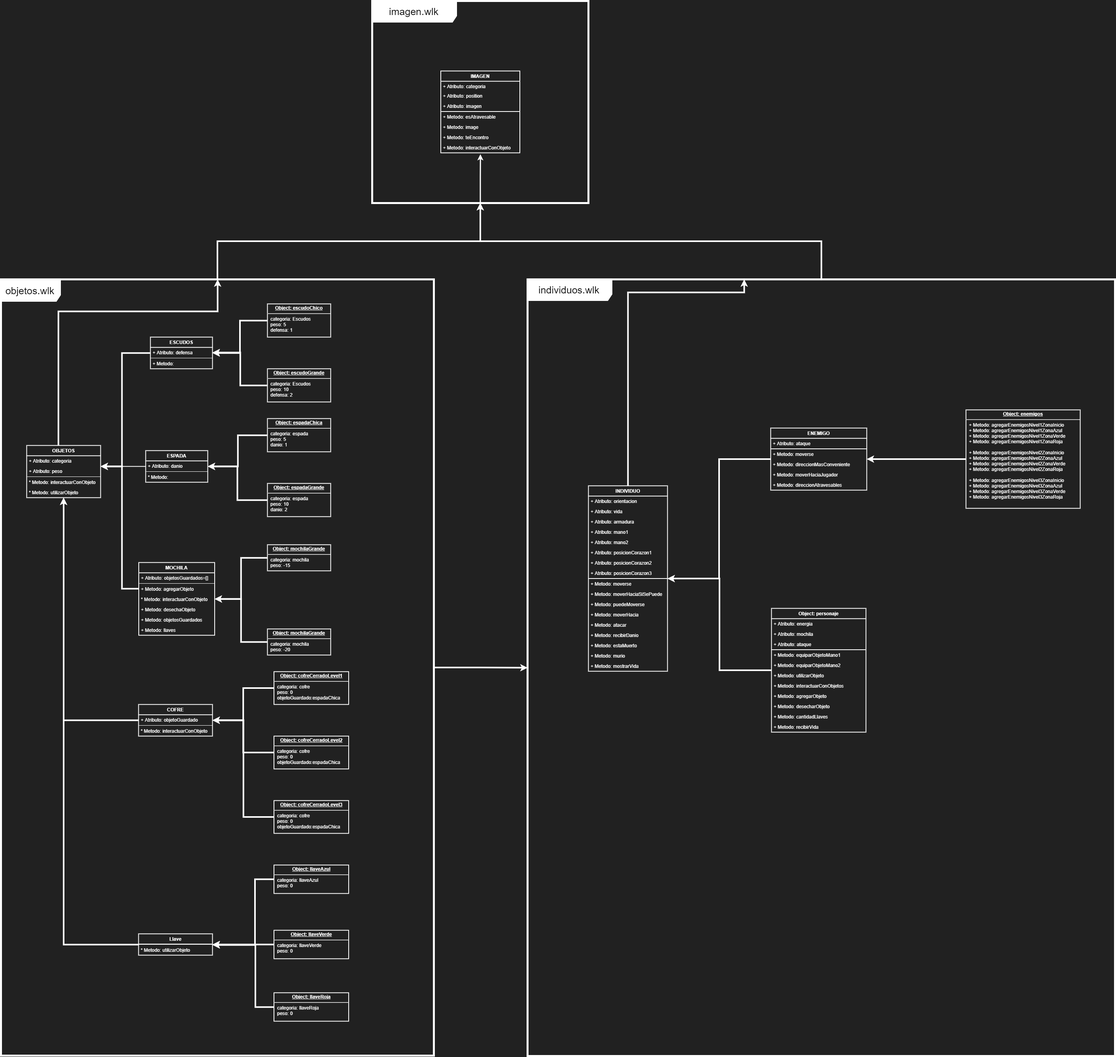
The draw.io diagram picture/presentacion/tp_algo1.drawio.png in algo1unsam/2021s1-tp-grupal-juego-recursa3, before a commit. Source tidied: cells renumbered, new cells last; positions are measured from the earlier drawing's top-left corner, leaving out a move shared by most shapes.
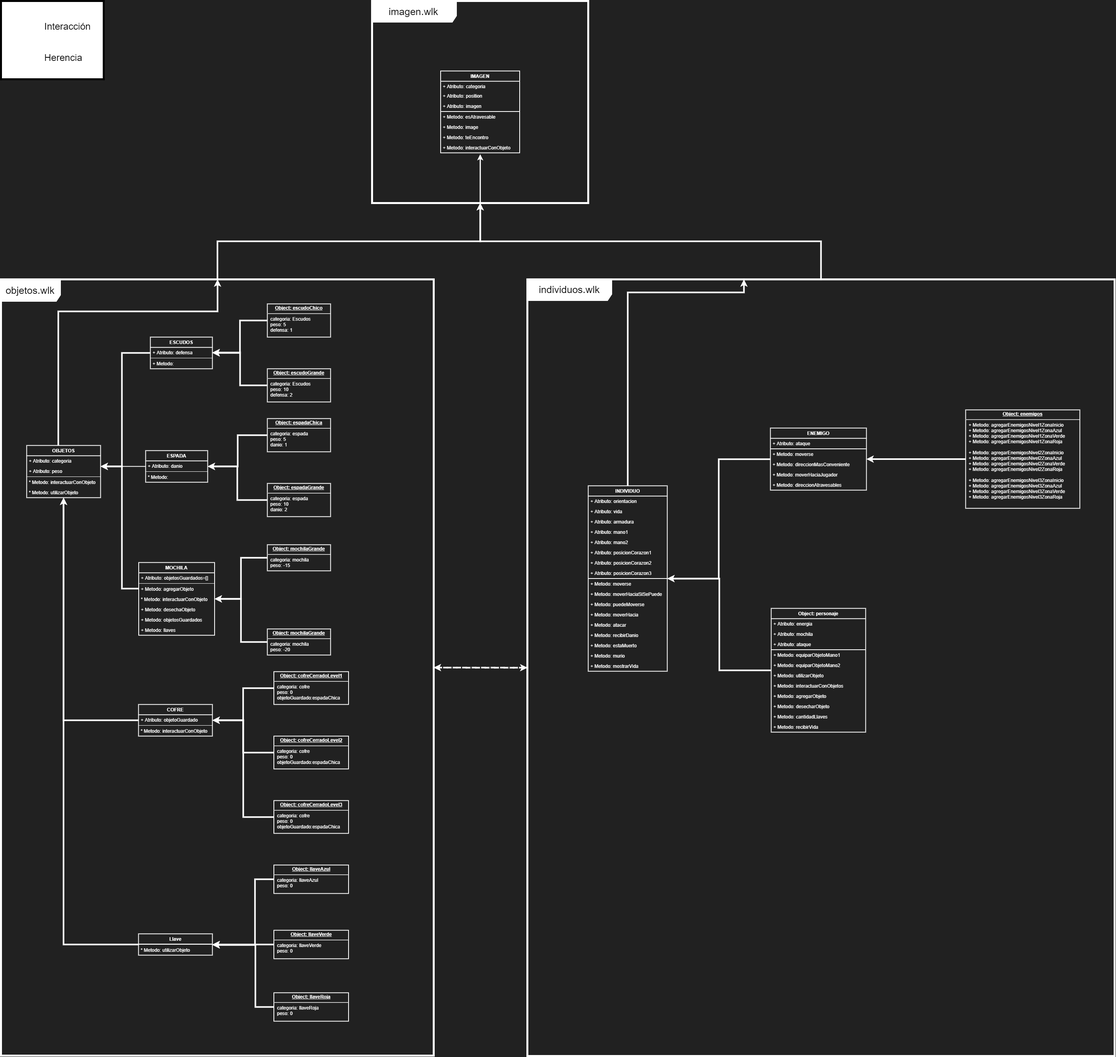
After the commit.

Commit message:
Se modifica grafico

What changed in the source:
```diff
@@ -16,15 +16,18 @@
     <mxCell id="4" style="edgeStyle=orthogonalEdgeStyle;rounded=0;jettySize=auto;html=1;strokeColor=#FFFFFF;strokeWidth=4;" parent="1" edge="1" source="5" target="3">
       <mxGeometry relative="1" as="geometry" />
     </mxCell>
+    <mxCell id="121" style="edgeStyle=orthogonalEdgeStyle;rounded=0;jettySize=auto;html=1;strokeWidth=4;dashed=1;strokeColor=#FFFFFF;" parent="1" edge="1" source="5" target="8">
+      <mxGeometry relative="1" as="geometry" />
+    </mxCell>
     <mxCell id="5" value="&lt;font style=&quot;font-size: 25px&quot;&gt;individuos.wlk&lt;/font&gt;" style="shape=umlFrame;whiteSpace=wrap;html=1;swimlaneFillColor=none;strokeColor=#FFFFFF;strokeWidth=5;width=212;height=52;" parent="1" vertex="1">
       <mxGeometry x="1332" y="704" width="1486" height="1964" as="geometry" />
     </mxCell>
+    <mxCell id="7" style="edgeStyle=orthogonalEdgeStyle;rounded=0;jettySize=auto;html=1;strokeColor=#FFFFFF;strokeWidth=4;" parent="1" edge="1" source="8" target="3">
+      <mxGeometry relative="1" as="geometry" />
+    </mxCell>
-    <mxCell id="6" style="edgeStyle=orthogonalEdgeStyle;rounded=0;jumpSize=7;jettySize=auto;html=1;targetPerimeterSpacing=0;strokeWidth=4;strokeColor=#FFFFFF;" parent="1" edge="1" source="8" target="5">
+    <mxCell id="6" style="edgeStyle=orthogonalEdgeStyle;rounded=0;jettySize=auto;html=1;dashed=1;strokeWidth=4;strokeColor=#FFFFFF;" parent="1" edge="1" source="8" target="5">
       <mxGeometry relative="1" as="geometry" />
     </mxCell>
-    <mxCell id="7" style="edgeStyle=orthogonalEdgeStyle;rounded=0;jettySize=auto;html=1;strokeColor=#FFFFFF;strokeWidth=4;" parent="1" edge="1" source="8" target="3">
-      <mxGeometry relative="1" as="geometry" />
-    </mxCell>
     <mxCell id="8" value="&lt;font style=&quot;font-size: 25px&quot;&gt;objetos.wlk&lt;/font&gt;" style="shape=umlFrame;whiteSpace=wrap;html=1;swimlaneFillColor=none;strokeWidth=5;width=149;height=54;strokeColor=#FFFFFF;" parent="1" vertex="1">
       <mxGeometry y="704" width="1095" height="1963" as="geometry" />
     </mxCell>
@@ -419,5 +422,26 @@
     <mxCell id="120" value="&lt;p style=&quot;margin: 0px ; margin-top: 4px ; text-align: center ; text-decoration: underline&quot;&gt;&lt;b&gt;Object: enemigos&lt;/b&gt;&lt;/p&gt;&lt;hr&gt;&lt;p style=&quot;margin: 0px ; margin-left: 8px&quot;&gt;+ Metodo: agregarEnemigosNivel1ZonaInicio&lt;/p&gt;&lt;p style=&quot;margin: 0px ; margin-left: 8px&quot;&gt;+ Metodo: agregarEnemigosNivel1ZonaAzul&lt;br&gt;&lt;/p&gt;&lt;p style=&quot;margin: 0px ; margin-left: 8px&quot;&gt;+ Metodo: agregarEnemigosNivel1ZonaVerde&lt;br&gt;&lt;/p&gt;&lt;p style=&quot;margin: 0px ; margin-left: 8px&quot;&gt;+ Metodo: agregarEnemigosNivel1ZonaRoja&lt;br&gt;&lt;/p&gt;&lt;p style=&quot;margin: 0px ; margin-left: 8px&quot;&gt;&lt;br&gt;&lt;/p&gt;&lt;p style=&quot;margin: 0px 0px 0px 8px&quot;&gt;+ Metodo: agregarEnemigosNivel2ZonaInicio&lt;/p&gt;&lt;p style=&quot;margin: 0px 0px 0px 8px&quot;&gt;+ Metodo: agregarEnemigosNivel2ZonaAzul&lt;br&gt;&lt;/p&gt;&lt;p style=&quot;margin: 0px 0px 0px 8px&quot;&gt;+ Metodo: agregarEnemigosNivel2ZonaVerde&lt;br&gt;&lt;/p&gt;&lt;p style=&quot;margin: 0px 0px 0px 8px&quot;&gt;+ Metodo: agregarEnemigosNivel2ZonaRoja&lt;/p&gt;&lt;p style=&quot;margin: 0px 0px 0px 8px&quot;&gt;&lt;br&gt;&lt;/p&gt;&lt;p style=&quot;margin: 0px 0px 0px 8px&quot;&gt;+ Metodo: agregarEnemigosNivel3ZonaInicio&lt;/p&gt;&lt;p style=&quot;margin: 0px 0px 0px 8px&quot;&gt;+ Metodo: agregarEnemigosNivel3ZonaAzul&lt;br&gt;&lt;/p&gt;&lt;p style=&quot;margin: 0px 0px 0px 8px&quot;&gt;+ Metodo: agregarEnemigosNivel3ZonaVerde&lt;br&gt;&lt;/p&gt;&lt;p style=&quot;margin: 0px 0px 0px 8px&quot;&gt;+ Metodo: agregarEnemigosNivel3ZonaRoja&lt;/p&gt;" style="verticalAlign=top;align=left;overflow=fill;fontSize=12;fontFamily=Helvetica;html=1;shadow=0;strokeWidth=2;strokeColor=#FFFFFF;fillColor=none;fontColor=#FFFFFF;" parent="1" vertex="1">
       <mxGeometry x="2441" y="1034" width="289" height="249" as="geometry" />
     </mxCell>
+    <mxCell id="122" style="rounded=0;whiteSpace=wrap;html=1;strokeWidth=5;" parent="1" vertex="1">
+      <mxGeometry width="260" height="198" as="geometry" />
+    </mxCell>
+    <mxCell id="123" value="&lt;span style=&quot;font-size: 24px&quot;&gt;Interacción&lt;/span&gt;" style="text;html=1;strokeColor=none;fillColor=none;align=left;verticalAlign=middle;whiteSpace=wrap;rounded=0;" parent="1" vertex="1">
+      <mxGeometry x="108" y="39" width="130" height="50" as="geometry" />
+    </mxCell>
+    <mxCell id="124" style="endArrow=classic;html=1;dashed=1;strokeColor=#FFFFFF;strokeWidth=4;" parent="1" edge="1">
+      <mxGeometry relative="1" as="geometry">
+        <mxPoint x="33" y="89" as="sourcePoint" />
+        <mxPoint x="83" y="39" as="targetPoint" />
+      </mxGeometry>
+    </mxCell>
+    <mxCell id="125" style="endArrow=classic;html=1;strokeColor=#FFFFFF;strokeWidth=4;" parent="1" edge="1">
+      <mxGeometry relative="1" as="geometry">
+        <mxPoint x="33" y="168" as="sourcePoint" />
+        <mxPoint x="83" y="118" as="targetPoint" />
+      </mxGeometry>
+    </mxCell>
+    <mxCell id="126" value="&lt;span style=&quot;font-size: 24px&quot;&gt;Herencia&lt;/span&gt;" style="text;html=1;strokeColor=none;fillColor=none;align=left;verticalAlign=middle;whiteSpace=wrap;rounded=0;" parent="1" vertex="1">
+      <mxGeometry x="108" y="118" width="122" height="50" as="geometry" />
+    </mxCell>
   </root>
 </mxGraphModel>
```
